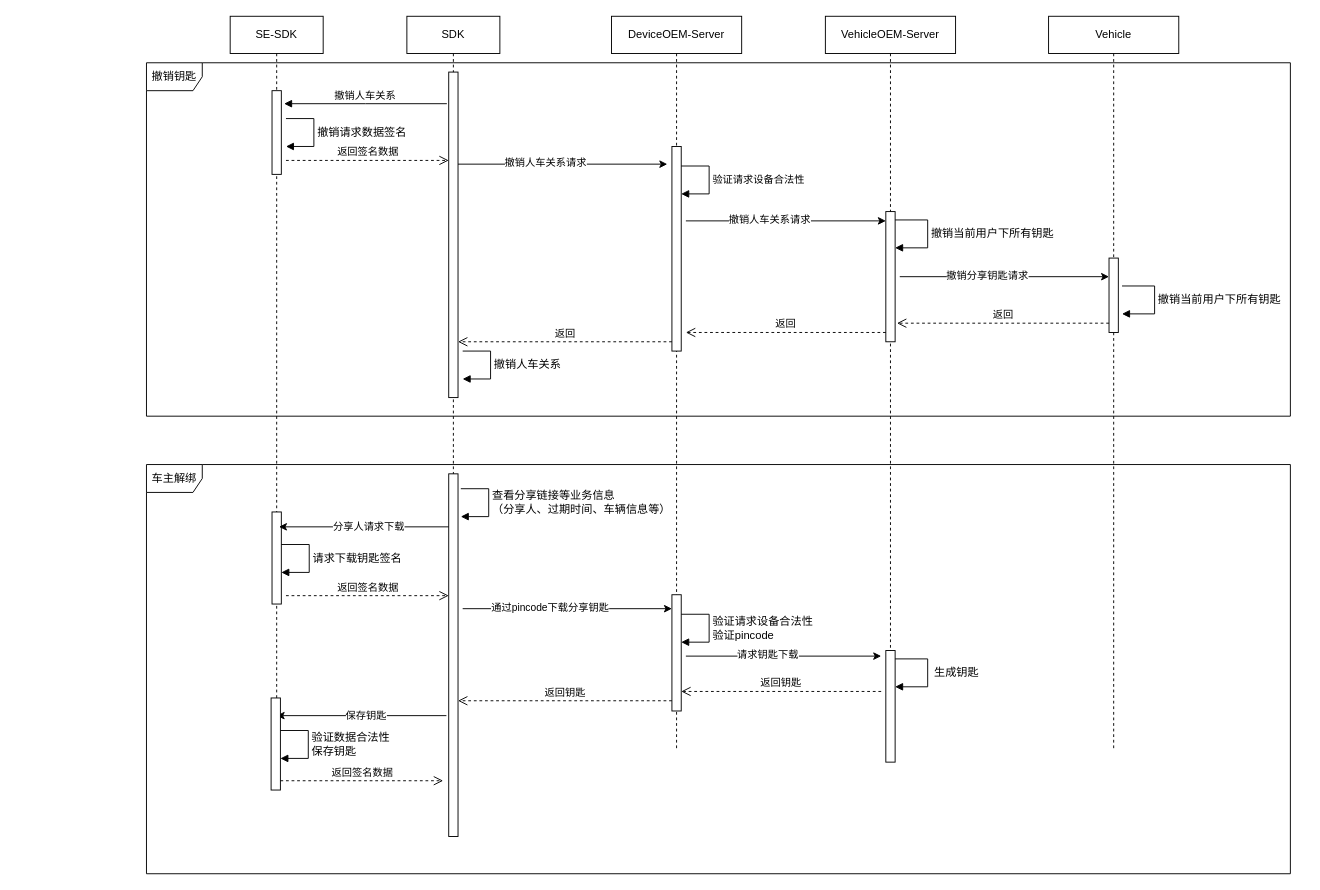
jianguocong/chart keeps this draw.io diagram as 撤销钥匙.drawio. Above is the earlier version. Source tidied: cells renumbered, new cells numbered last; positions are measured from the earlier drawing's top-left corner, leaving out a move shared by most shapes. Both pictures are drawn from the tidied source at 93%, with x=0, y=0 at pixel (146, 16).
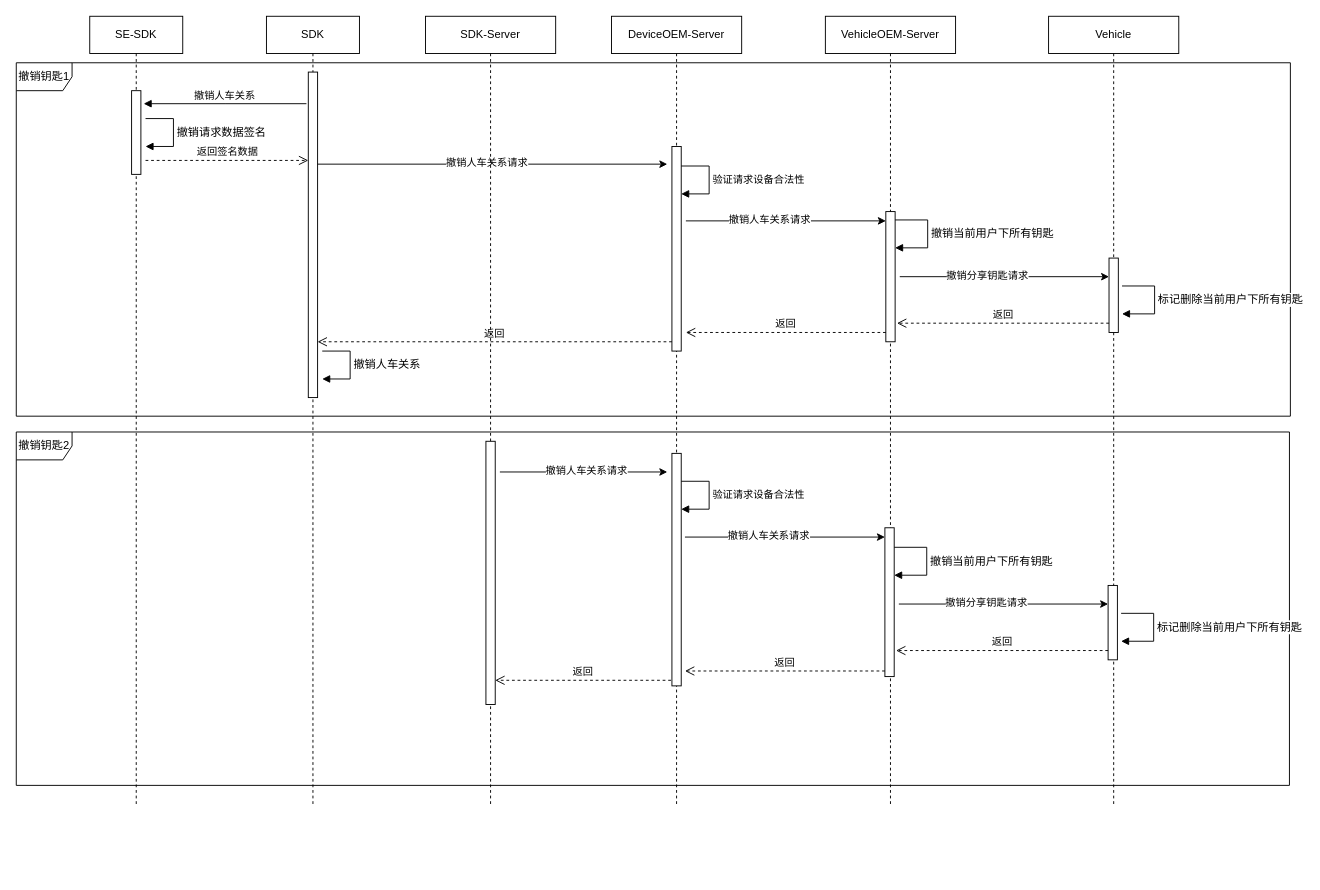
The same diagram, later.

Commit message (it also covers changes not shown here):
更新撤销钥匙.drawio

The change refers to these unchanged cells:
```xml
<mxCell id="6" style="html=1;points=[];perimeter=orthogonalPerimeter;outlineConnect=0;targetShapes=umlLifeline;portConstraint=eastwest;newEdgeStyle={&quot;edgeStyle&quot;:&quot;elbowEdgeStyle&quot;,&quot;elbow&quot;:&quot;vertical&quot;,&quot;curved&quot;:0,&quot;rounded&quot;:0};" parent="5" vertex="1">
  <mxGeometry x="45" y="60" width="10" height="350" as="geometry" />
</mxCell>
```

Diff of the diagram source:
```diff
@@
     <mxCell id="2" value="SE-SDK" style="shape=umlLifeline;perimeter=lifelinePerimeter;whiteSpace=wrap;html=1;newEdgeStyle={&quot;edgeStyle&quot;:&quot;elbowEdgeStyle&quot;,&quot;elbow&quot;:&quot;vertical&quot;,&quot;curved&quot;:0,&quot;rounded&quot;:0};" parent="1" vertex="1">
-      <mxGeometry x="90" width="100" height="790" as="geometry" />
+      <mxGeometry x="-61" width="100" height="850" as="geometry" />
     </mxCell>
@@
-    <mxCell id="4" style="html=1;perimeter=orthogonalPerimeter;targetShapes=umlLifeline;newEdgeStyle={&quot;edgeStyle&quot;:&quot;elbowEdgeStyle&quot;,&quot;elbow&quot;:&quot;vertical&quot;,&quot;curved&quot;:0,&quot;rounded&quot;:0};" parent="2" vertex="1">
-      <mxGeometry x="45" y="533" width="10" height="99" as="geometry" />
-    </mxCell>
     <mxCell id="5" value="SDK" style="shape=umlLifeline;perimeter=lifelinePerimeter;whiteSpace=wrap;html=1;newEdgeStyle={&quot;edgeStyle&quot;:&quot;elbowEdgeStyle&quot;,&quot;elbow&quot;:&quot;vertical&quot;,&quot;curved&quot;:0,&quot;rounded&quot;:0};" parent="1" vertex="1">
-      <mxGeometry x="280" width="100" height="790" as="geometry" />
+      <mxGeometry x="129" width="100" height="850" as="geometry" />
     </mxCell>
@@
-    <mxCell id="7" style="html=1;points=[];perimeter=orthogonalPerimeter;outlineConnect=0;targetShapes=umlLifeline;portConstraint=eastwest;newEdgeStyle={&quot;edgeStyle&quot;:&quot;elbowEdgeStyle&quot;,&quot;elbow&quot;:&quot;vertical&quot;,&quot;curved&quot;:0,&quot;rounded&quot;:0};" parent="5" vertex="1">
-      <mxGeometry x="45" y="492" width="10" height="390" as="geometry" />
-    </mxCell>
     <mxCell id="8" value="撤销人车关系" style="html=1;verticalAlign=bottom;endArrow=block;edgeStyle=elbowEdgeStyle;elbow=vertical;curved=0;rounded=0;" parent="1" edge="1">
       <mxGeometry relative="1" as="geometry">
-        <mxPoint x="323" y="94" as="sourcePoint" />
-        <mxPoint x="148" y="94" as="targetPoint" />
+        <mxPoint x="172" y="94" as="sourcePoint" />
+        <mxPoint x="-3" y="94" as="targetPoint" />
       </mxGeometry>
     </mxCell>
     <mxCell id="9" value="返回签名数据" style="html=1;verticalAlign=bottom;endArrow=open;dashed=1;endSize=8;edgeStyle=elbowEdgeStyle;elbow=vertical;curved=0;rounded=0;" parent="1" edge="1">
       <mxGeometry relative="1" as="geometry">
-        <mxPoint x="150" y="155" as="sourcePoint" />
-        <mxPoint x="325" y="155" as="targetPoint" />
+        <mxPoint x="-1" y="155" as="sourcePoint" />
+        <mxPoint x="174" y="155" as="targetPoint" />
         <Array as="points">
-          <mxPoint x="240" y="155" />
+          <mxPoint x="89" y="155" />
         </Array>
       </mxGeometry>
     </mxCell>
     <mxCell id="10" value="DeviceOEM-Server" style="shape=umlLifeline;perimeter=lifelinePerimeter;whiteSpace=wrap;html=1;newEdgeStyle={&quot;edgeStyle&quot;:&quot;elbowEdgeStyle&quot;,&quot;elbow&quot;:&quot;vertical&quot;,&quot;curved&quot;:0,&quot;rounded&quot;:0};" parent="1" vertex="1">
-      <mxGeometry x="500" width="140" height="790" as="geometry" />
+      <mxGeometry x="500" width="140" height="850" as="geometry" />
     </mxCell>
@@
-    <mxCell id="12" style="html=1;points=[];perimeter=orthogonalPerimeter;outlineConnect=0;targetShapes=umlLifeline;portConstraint=eastwest;newEdgeStyle={&quot;edgeStyle&quot;:&quot;elbowEdgeStyle&quot;,&quot;elbow&quot;:&quot;vertical&quot;,&quot;curved&quot;:0,&quot;rounded&quot;:0};" parent="10" vertex="1">
-      <mxGeometry x="65" y="622" width="10" height="125" as="geometry" />
-    </mxCell>
-    <mxCell id="13" style="endArrow=classic;html=1;rounded=0;" parent="10" edge="1">
-      <mxGeometry relative="1" as="geometry">
-        <mxPoint x="80" y="688" as="sourcePoint" />
-        <mxPoint x="290" y="688" as="targetPoint" />
-      </mxGeometry>
-    </mxCell>
-    <mxCell id="14" value="请求钥匙下载" style="edgeLabel;html=1;align=center;verticalAlign=middle;" parent="13" vertex="1">
-      <mxGeometry x="-0.17" y="2" relative="1" as="geometry" />
-    </mxCell>
-    <mxCell id="15" value="返回钥匙" style="html=1;verticalAlign=bottom;endArrow=open;dashed=1;endSize=8;edgeStyle=elbowEdgeStyle;elbow=vertical;curved=0;rounded=0;" parent="10" edge="1" target="12">
-      <mxGeometry relative="1" as="geometry">
-        <mxPoint x="290" y="726" as="sourcePoint" />
-      </mxGeometry>
-    </mxCell>
-    <mxCell id="16" value="验证请求设备合法性&lt;div&gt;验证pincode&lt;/div&gt;" style="html=1;align=left;spacingLeft=2;endArrow=block;rounded=0;edgeStyle=orthogonalEdgeStyle;curved=0;rounded=0;fontFamily=Helvetica;fontSize=12;fontColor=default;" parent="10" edge="1">
-      <mxGeometry relative="1" as="geometry">
-        <mxPoint x="75" y="643" as="sourcePoint" />
-        <mxPoint x="75" y="673" as="targetPoint" />
-        <Array as="points">
-          <mxPoint x="105" y="643" />
-          <mxPoint x="105" y="673" />
-        </Array>
-      </mxGeometry>
-    </mxCell>
     <mxCell id="17" value="VehicleOEM-Server" style="shape=umlLifeline;perimeter=lifelinePerimeter;whiteSpace=wrap;html=1;newEdgeStyle={&quot;edgeStyle&quot;:&quot;elbowEdgeStyle&quot;,&quot;elbow&quot;:&quot;vertical&quot;,&quot;curved&quot;:0,&quot;rounded&quot;:0};" parent="1" vertex="1">
-      <mxGeometry x="730" width="140" height="790" as="geometry" />
+      <mxGeometry x="730" width="140" height="850" as="geometry" />
     </mxCell>
-    <mxCell id="18" style="html=1;perimeter=orthogonalPerimeter;targetShapes=umlLifeline;newEdgeStyle={&quot;edgeStyle&quot;:&quot;elbowEdgeStyle&quot;,&quot;elbow&quot;:&quot;vertical&quot;,&quot;curved&quot;:0,&quot;rounded&quot;:0};" parent="17" vertex="1">
-      <mxGeometry x="65" y="682" width="10" height="120" as="geometry" />
-    </mxCell>
-    <mxCell id="19" value="&amp;nbsp;生成钥匙" style="html=1;align=left;spacingLeft=2;endArrow=block;rounded=0;edgeStyle=orthogonalEdgeStyle;curved=0;rounded=0;fontFamily=Helvetica;fontSize=12;fontColor=default;" parent="17" edge="1">
-      <mxGeometry relative="1" as="geometry">
-        <mxPoint x="75" y="691" as="sourcePoint" />
-        <mxPoint x="75" y="721" as="targetPoint" />
-        <Array as="points">
-          <mxPoint x="110" y="691" />
-          <mxPoint x="110" y="721" />
-        </Array>
-      </mxGeometry>
-    </mxCell>
@@
     <mxCell id="22" value="Vehicle" style="shape=umlLifeline;perimeter=lifelinePerimeter;whiteSpace=wrap;html=1;newEdgeStyle={&quot;edgeStyle&quot;:&quot;elbowEdgeStyle&quot;,&quot;elbow&quot;:&quot;vertical&quot;,&quot;curved&quot;:0,&quot;rounded&quot;:0};" parent="1" vertex="1">
-      <mxGeometry x="970" width="140" height="790" as="geometry" />
+      <mxGeometry x="970" width="140" height="850" as="geometry" />
     </mxCell>
@@
-    <mxCell id="24" style="endArrow=classic;html=1;rounded=0;" parent="1" edge="1">
+    <mxCell id="24" style="endArrow=classic;html=1;rounded=0;" parent="1" edge="1" source="6">
       <mxGeometry relative="1" as="geometry">
-        <mxPoint x="335" y="159" as="sourcePoint" />
         <mxPoint x="560" y="159" as="targetPoint" />
       </mxGeometry>
     </mxCell>
     <mxCell id="25" value="撤销人车关系请求" style="edgeLabel;html=1;align=center;verticalAlign=middle;" parent="24" vertex="1">
-      <mxGeometry x="-0.17" y="2" relative="1" as="geometry" />
+      <mxGeometry x="-0.17" y="2" relative="1" as="geometry">
+        <mxPoint x="25" as="offset" />
+      </mxGeometry>
     </mxCell>
@@
     <mxCell id="27" value="撤销人车关系" style="html=1;align=left;spacingLeft=2;endArrow=block;rounded=0;edgeStyle=orthogonalEdgeStyle;curved=0;rounded=0;fontFamily=Helvetica;fontSize=12;fontColor=default;" parent="1" edge="1">
       <mxGeometry relative="1" as="geometry">
-        <mxPoint x="340" y="360" as="sourcePoint" />
-        <mxPoint x="340" y="390" as="targetPoint" />
+        <mxPoint x="189" y="360" as="sourcePoint" />
+        <mxPoint x="189" y="390" as="targetPoint" />
         <Array as="points">
-          <mxPoint x="370" y="360" />
-          <mxPoint x="370" y="390" />
+          <mxPoint x="219" y="360" />
+          <mxPoint x="219" y="390" />
         </Array>
       </mxGeometry>
     </mxCell>
-    <mxCell id="28" value="撤销钥匙" style="shape=umlFrame;whiteSpace=wrap;html=1;sketch=0;strokeColor=default;align=center;verticalAlign=middle;fontFamily=Helvetica;fontSize=12;fontColor=default;fillColor=default;" parent="1" vertex="1">
-      <mxGeometry y="50" width="1230" height="380" as="geometry" />
+    <mxCell id="28" value="撤销钥匙1" style="shape=umlFrame;whiteSpace=wrap;html=1;sketch=0;strokeColor=default;align=center;verticalAlign=middle;fontFamily=Helvetica;fontSize=12;fontColor=default;fillColor=default;" parent="1" vertex="1">
+      <mxGeometry x="-140" y="50" width="1370" height="380" as="geometry" />
     </mxCell>
     <mxCell id="29" value="撤销请求数据签名" style="html=1;align=left;spacingLeft=2;endArrow=block;rounded=0;edgeStyle=orthogonalEdgeStyle;curved=0;rounded=0;fontFamily=Helvetica;fontSize=12;fontColor=default;" parent="1" edge="1">
       <mxGeometry relative="1" as="geometry">
-        <mxPoint x="150" y="110" as="sourcePoint" />
-        <mxPoint x="150" y="140" as="targetPoint" />
+        <mxPoint x="-1" y="110" as="sourcePoint" />
+        <mxPoint x="-1" y="140" as="targetPoint" />
         <Array as="points">
-          <mxPoint x="180" y="110" />
-          <mxPoint x="180" y="140" />
+          <mxPoint x="29" y="110" />
+          <mxPoint x="29" y="140" />
         </Array>
       </mxGeometry>
     </mxCell>
-    <mxCell id="30" value="查看分享链接等业务信息&lt;div&gt;（分享人、过期时间、车辆信息等）&lt;/div&gt;" style="html=1;align=left;spacingLeft=2;endArrow=block;rounded=0;edgeStyle=orthogonalEdgeStyle;curved=0;rounded=0;fontFamily=Helvetica;fontSize=12;fontColor=default;" parent="1" edge="1">
-      <mxGeometry relative="1" as="geometry">
-        <mxPoint x="338" y="508" as="sourcePoint" />
-        <mxPoint x="338" y="538" as="targetPoint" />
-        <Array as="points">
-          <mxPoint x="368" y="508" />
-          <mxPoint x="368" y="538" />
-        </Array>
-      </mxGeometry>
-    </mxCell>
-    <mxCell id="31" style="endArrow=classic;html=1;rounded=0;" parent="1" edge="1">
-      <mxGeometry relative="1" as="geometry">
-        <mxPoint x="325" y="549" as="sourcePoint" />
-        <mxPoint x="142.5" y="549" as="targetPoint" />
-      </mxGeometry>
-    </mxCell>
-    <mxCell id="32" value="分享人请求下载" style="edgeLabel;html=1;align=center;verticalAlign=middle;" parent="31" vertex="1">
-      <mxGeometry x="-0.17" y="2" relative="1" as="geometry">
-        <mxPoint x="-11" y="-3" as="offset" />
-      </mxGeometry>
-    </mxCell>
-    <mxCell id="33" value="请求下载钥匙签名" style="html=1;align=left;spacingLeft=2;endArrow=block;rounded=0;edgeStyle=orthogonalEdgeStyle;curved=0;rounded=0;fontFamily=Helvetica;fontSize=12;fontColor=default;" parent="1" edge="1">
-      <mxGeometry relative="1" as="geometry">
-        <mxPoint x="145" y="568" as="sourcePoint" />
-        <mxPoint x="145" y="598" as="targetPoint" />
-        <Array as="points">
-          <mxPoint x="175" y="568" />
-          <mxPoint x="175" y="598" />
-        </Array>
-      </mxGeometry>
-    </mxCell>
-    <mxCell id="34" value="返回签名数据" style="html=1;verticalAlign=bottom;endArrow=open;dashed=1;endSize=8;edgeStyle=elbowEdgeStyle;elbow=vertical;curved=0;rounded=0;" parent="1" edge="1">
-      <mxGeometry relative="1" as="geometry">
-        <mxPoint x="150" y="623" as="sourcePoint" />
-        <mxPoint x="325" y="623" as="targetPoint" />
-        <Array as="points">
-          <mxPoint x="240" y="623" />
-        </Array>
-      </mxGeometry>
-    </mxCell>
-    <mxCell id="35" style="endArrow=classic;html=1;rounded=0;" parent="1" edge="1">
-      <mxGeometry relative="1" as="geometry">
-        <mxPoint x="340" y="637" as="sourcePoint" />
-        <mxPoint x="565" y="637" as="targetPoint" />
-      </mxGeometry>
-    </mxCell>
-    <mxCell id="36" value="通过pincode下载分享钥匙" style="edgeLabel;html=1;align=center;verticalAlign=middle;" parent="35" vertex="1">
-      <mxGeometry x="-0.17" y="2" relative="1" as="geometry" />
-    </mxCell>
-    <mxCell id="37" value="车主解绑" style="shape=umlFrame;whiteSpace=wrap;html=1;sketch=0;strokeColor=default;align=center;verticalAlign=middle;fontFamily=Helvetica;fontSize=12;fontColor=default;fillColor=default;" parent="1" vertex="1">
-      <mxGeometry y="482" width="1230" height="440" as="geometry" />
-    </mxCell>
-    <mxCell id="38" value="返回钥匙" style="html=1;verticalAlign=bottom;endArrow=open;dashed=1;endSize=8;edgeStyle=elbowEdgeStyle;elbow=vertical;curved=0;rounded=0;" parent="1" edge="1" target="7">
-      <mxGeometry relative="1" as="geometry">
-        <mxPoint x="565" y="736" as="sourcePoint" />
-      </mxGeometry>
-    </mxCell>
-    <mxCell id="39" style="endArrow=classic;html=1;rounded=0;" parent="1" edge="1">
-      <mxGeometry relative="1" as="geometry">
-        <mxPoint x="322.5" y="752" as="sourcePoint" />
-        <mxPoint x="140" y="752" as="targetPoint" />
-      </mxGeometry>
-    </mxCell>
-    <mxCell id="40" value="保存钥匙" style="edgeLabel;html=1;align=center;verticalAlign=middle;" parent="39" vertex="1">
-      <mxGeometry x="-0.17" y="2" relative="1" as="geometry">
-        <mxPoint x="-11" y="-3" as="offset" />
-      </mxGeometry>
-    </mxCell>
-    <mxCell id="41" style="html=1;perimeter=orthogonalPerimeter;targetShapes=umlLifeline;newEdgeStyle={&quot;edgeStyle&quot;:&quot;elbowEdgeStyle&quot;,&quot;elbow&quot;:&quot;vertical&quot;,&quot;curved&quot;:0,&quot;rounded&quot;:0};" parent="1" vertex="1">
-      <mxGeometry x="134" y="733" width="10" height="99" as="geometry" />
-    </mxCell>
-    <mxCell id="42" value="验证数据合法性&lt;div&gt;保存钥匙&lt;/div&gt;" style="html=1;align=left;spacingLeft=2;endArrow=block;rounded=0;edgeStyle=orthogonalEdgeStyle;curved=0;rounded=0;fontFamily=Helvetica;fontSize=12;fontColor=default;" parent="1" edge="1">
-      <mxGeometry relative="1" as="geometry">
-        <mxPoint x="144" y="768" as="sourcePoint" />
-        <mxPoint x="144" y="798" as="targetPoint" />
-        <Array as="points">
-          <mxPoint x="174" y="768" />
-          <mxPoint x="174" y="798" />
-        </Array>
-      </mxGeometry>
-    </mxCell>
-    <mxCell id="43" value="返回签名数据" style="html=1;verticalAlign=bottom;endArrow=open;dashed=1;endSize=8;edgeStyle=elbowEdgeStyle;elbow=vertical;curved=0;rounded=0;" parent="1" edge="1">
-      <mxGeometry relative="1" as="geometry">
-        <mxPoint x="144" y="822" as="sourcePoint" />
-        <mxPoint x="319" y="822" as="targetPoint" />
-        <Array as="points">
-          <mxPoint x="234" y="822" />
-        </Array>
-      </mxGeometry>
-    </mxCell>
@@
-    <mxCell id="48" value="撤销当前用户下所有钥匙" style="html=1;align=left;spacingLeft=2;endArrow=block;rounded=0;edgeStyle=orthogonalEdgeStyle;curved=0;rounded=0;fontFamily=Helvetica;fontSize=12;fontColor=default;" parent="1" edge="1">
+    <mxCell id="48" value="标记删除当前用户下所有钥匙" style="html=1;align=left;spacingLeft=2;endArrow=block;rounded=0;edgeStyle=orthogonalEdgeStyle;curved=0;rounded=0;fontFamily=Helvetica;fontSize=12;fontColor=default;" parent="1" edge="1">
       <mxGeometry relative="1" as="geometry">
         <mxPoint x="1049" y="290" as="sourcePoint" />
         <mxPoint x="1049" y="320" as="targetPoint" />
         <Array as="points">
           <mxPoint x="1084" y="290" />
           <mxPoint x="1084" y="320" />
         </Array>
       </mxGeometry>
     </mxCell>
@@
+    <mxCell id="52" style="html=1;perimeter=orthogonalPerimeter;targetShapes=umlLifeline;newEdgeStyle={&quot;edgeStyle&quot;:&quot;elbowEdgeStyle&quot;,&quot;elbow&quot;:&quot;vertical&quot;,&quot;curved&quot;:0,&quot;rounded&quot;:0};" parent="1" vertex="1">
+      <mxGeometry x="565" y="470" width="10" height="250" as="geometry" />
+    </mxCell>
+    <mxCell id="53" style="html=1;perimeter=orthogonalPerimeter;targetShapes=umlLifeline;newEdgeStyle={&quot;edgeStyle&quot;:&quot;elbowEdgeStyle&quot;,&quot;elbow&quot;:&quot;vertical&quot;,&quot;curved&quot;:0,&quot;rounded&quot;:0};" parent="1" vertex="1">
+      <mxGeometry x="794" y="550" width="10" height="160" as="geometry" />
+    </mxCell>
+    <mxCell id="54" value="撤销当前用户下所有钥匙" style="html=1;align=left;spacingLeft=2;endArrow=block;rounded=0;edgeStyle=orthogonalEdgeStyle;curved=0;rounded=0;fontFamily=Helvetica;fontSize=12;fontColor=default;" parent="1" edge="1">
+      <mxGeometry relative="1" as="geometry">
+        <mxPoint x="804" y="571" as="sourcePoint" />
+        <mxPoint x="804" y="601" as="targetPoint" />
+        <Array as="points">
+          <mxPoint x="839" y="571" />
+          <mxPoint x="839" y="601" />
+        </Array>
+      </mxGeometry>
+    </mxCell>
+    <mxCell id="55" style="html=1;perimeter=orthogonalPerimeter;targetShapes=umlLifeline;newEdgeStyle={&quot;edgeStyle&quot;:&quot;elbowEdgeStyle&quot;,&quot;elbow&quot;:&quot;vertical&quot;,&quot;curved&quot;:0,&quot;rounded&quot;:0};" parent="1" vertex="1">
+      <mxGeometry x="1034" y="612" width="10" height="80" as="geometry" />
+    </mxCell>
+    <mxCell id="56" style="endArrow=classic;html=1;rounded=0;" parent="1" edge="1">
+      <mxGeometry relative="1" as="geometry">
+        <mxPoint x="380" y="490" as="sourcePoint" />
+        <mxPoint x="560" y="490" as="targetPoint" />
+      </mxGeometry>
+    </mxCell>
+    <mxCell id="57" value="撤销人车关系请求" style="edgeLabel;html=1;align=center;verticalAlign=middle;" parent="56" vertex="1">
+      <mxGeometry x="-0.17" y="2" relative="1" as="geometry">
+        <mxPoint x="17" as="offset" />
+      </mxGeometry>
+    </mxCell>
+    <mxCell id="58" value="&lt;font style=&quot;font-size: 11px;&quot;&gt;验证请求设备合法性&lt;/font&gt;" style="html=1;align=left;spacingLeft=2;endArrow=block;rounded=0;edgeStyle=orthogonalEdgeStyle;curved=0;rounded=0;fontFamily=Helvetica;fontSize=12;fontColor=default;" parent="1" edge="1">
+      <mxGeometry relative="1" as="geometry">
+        <mxPoint x="575" y="500" as="sourcePoint" />
+        <mxPoint x="575" y="530" as="targetPoint" />
+        <Array as="points">
+          <mxPoint x="605" y="500" />
+          <mxPoint x="605" y="530" />
+        </Array>
+      </mxGeometry>
+    </mxCell>
+    <mxCell id="59" value="撤销钥匙2" style="shape=umlFrame;whiteSpace=wrap;html=1;sketch=0;strokeColor=default;align=center;verticalAlign=middle;fontFamily=Helvetica;fontSize=12;fontColor=default;fillColor=default;" parent="1" vertex="1">
+      <mxGeometry x="-140" y="447" width="1369" height="380" as="geometry" />
+    </mxCell>
+    <mxCell id="60" style="endArrow=classic;html=1;rounded=0;" parent="1" edge="1">
+      <mxGeometry relative="1" as="geometry">
+        <mxPoint x="579" y="560" as="sourcePoint" />
+        <mxPoint x="794" y="560" as="targetPoint" />
+      </mxGeometry>
+    </mxCell>
+    <mxCell id="61" value="撤销人车关系请求" style="edgeLabel;html=1;align=center;verticalAlign=middle;" parent="60" vertex="1">
+      <mxGeometry x="-0.17" y="2" relative="1" as="geometry" />
+    </mxCell>
+    <mxCell id="62" style="endArrow=classic;html=1;rounded=0;" parent="1" edge="1">
+      <mxGeometry relative="1" as="geometry">
+        <mxPoint x="809" y="632" as="sourcePoint" />
+        <mxPoint x="1034" y="632" as="targetPoint" />
+      </mxGeometry>
+    </mxCell>
+    <mxCell id="63" value="撤销分享钥匙请求" style="edgeLabel;html=1;align=center;verticalAlign=middle;" parent="62" vertex="1">
+      <mxGeometry x="-0.17" y="2" relative="1" as="geometry" />
+    </mxCell>
+    <mxCell id="64" value="标记删除当前用户下所有钥匙" style="html=1;align=left;spacingLeft=2;endArrow=block;rounded=0;edgeStyle=orthogonalEdgeStyle;curved=0;rounded=0;fontFamily=Helvetica;fontSize=12;fontColor=default;" parent="1" edge="1">
+      <mxGeometry relative="1" as="geometry">
+        <mxPoint x="1048" y="642" as="sourcePoint" />
+        <mxPoint x="1048" y="672" as="targetPoint" />
+        <Array as="points">
+          <mxPoint x="1083" y="642" />
+          <mxPoint x="1083" y="672" />
+        </Array>
+      </mxGeometry>
+    </mxCell>
+    <mxCell id="65" value="返回" style="html=1;verticalAlign=bottom;endArrow=open;dashed=1;endSize=8;edgeStyle=elbowEdgeStyle;elbow=vertical;curved=0;rounded=0;" parent="1" edge="1">
+      <mxGeometry relative="1" as="geometry">
+        <mxPoint x="1034" y="682" as="sourcePoint" />
+        <mxPoint x="806" y="682" as="targetPoint" />
+      </mxGeometry>
+    </mxCell>
+    <mxCell id="66" value="返回" style="html=1;verticalAlign=bottom;endArrow=open;dashed=1;endSize=8;edgeStyle=elbowEdgeStyle;elbow=vertical;curved=0;rounded=0;" parent="1" edge="1">
+      <mxGeometry relative="1" as="geometry">
+        <mxPoint x="794" y="704" as="sourcePoint" />
+        <mxPoint x="579" y="704" as="targetPoint" />
+      </mxGeometry>
+    </mxCell>
+    <mxCell id="67" value="返回" style="html=1;verticalAlign=bottom;endArrow=open;dashed=1;endSize=8;edgeStyle=elbowEdgeStyle;elbow=vertical;curved=0;rounded=0;" parent="1" edge="1" target="69">
+      <mxGeometry relative="1" as="geometry">
+        <mxPoint x="564" y="714" as="sourcePoint" />
+      </mxGeometry>
+    </mxCell>
+    <mxCell id="68" value="SDK-Server" style="shape=umlLifeline;perimeter=lifelinePerimeter;whiteSpace=wrap;html=1;newEdgeStyle={&quot;edgeStyle&quot;:&quot;elbowEdgeStyle&quot;,&quot;elbow&quot;:&quot;vertical&quot;,&quot;curved&quot;:0,&quot;rounded&quot;:0};" parent="1" vertex="1">
+      <mxGeometry x="300" width="140" height="850" as="geometry" />
+    </mxCell>
+    <mxCell id="69" style="html=1;points=[];perimeter=orthogonalPerimeter;outlineConnect=0;targetShapes=umlLifeline;portConstraint=eastwest;newEdgeStyle={&quot;edgeStyle&quot;:&quot;elbowEdgeStyle&quot;,&quot;elbow&quot;:&quot;vertical&quot;,&quot;curved&quot;:0,&quot;rounded&quot;:0};" parent="68" vertex="1">
+      <mxGeometry x="65" y="457" width="10" height="283" as="geometry" />
+    </mxCell>
```
